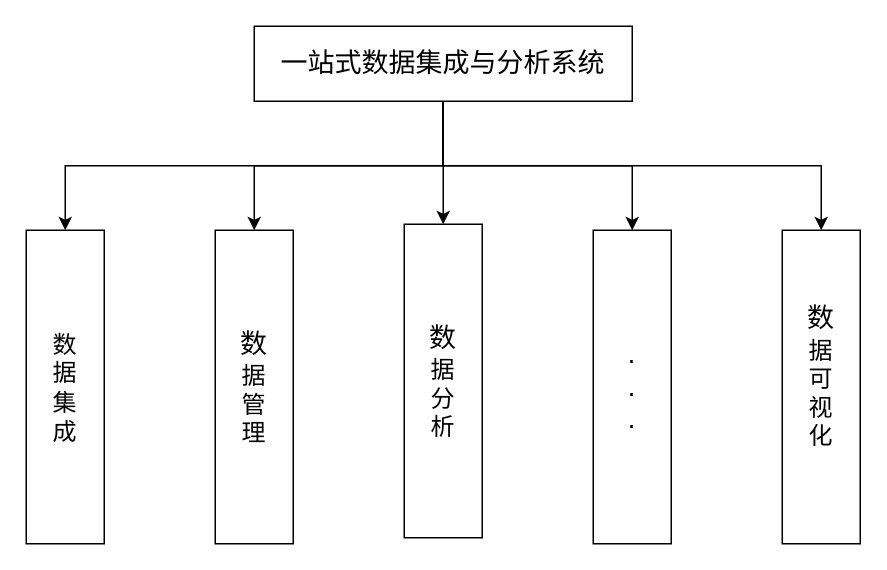
This is 一站式.drawio from nianqingdeguowang/python, a draw.io file, before an edit. Source tidied: cells renumbered, new cells numbered last; positions are measured from the earlier drawing's top-left corner, leaving out a move shared by most shapes. Both pictures are drawn from the tidied source at 150%, with x=0, y=0 at pixel (26, 26).
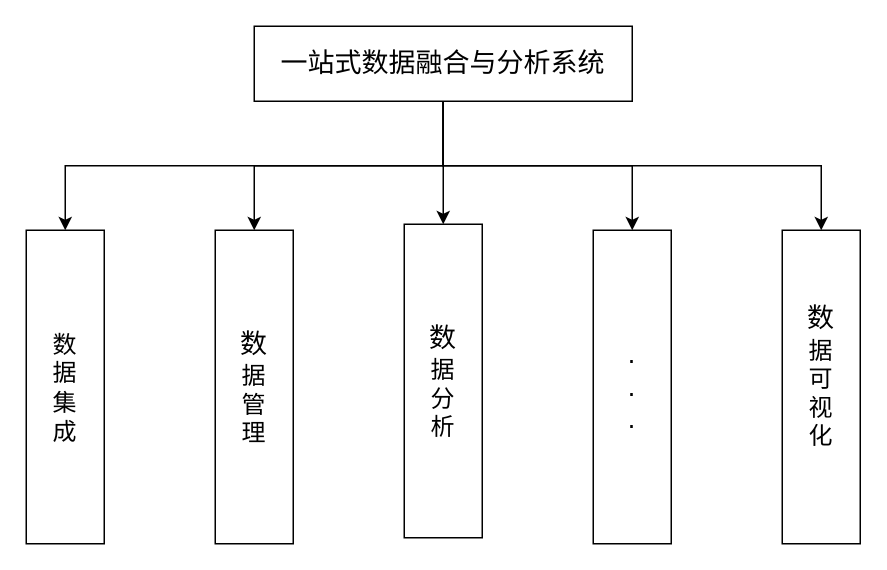
The same diagram, later.

Commit message:
更新一站式.drawio

What changed in the source:
```diff
@@
 <mxGraphModel>
   <root>
     <mxCell id="0" />
     <mxCell id="1" parent="0" />
     <mxCell id="2" style="edgeStyle=orthogonalEdgeStyle;rounded=0;jettySize=auto;html=1;exitX=0.5;exitY=1;exitDx=0;exitDy=0;" parent="1" edge="1" source="7" target="8">
       <mxGeometry relative="1" as="geometry" />
     </mxCell>
     <mxCell id="3" style="edgeStyle=orthogonalEdgeStyle;rounded=0;jettySize=auto;html=1;exitX=0.5;exitY=1;exitDx=0;exitDy=0;entryX=0.5;entryY=0;entryDx=0;entryDy=0;" parent="1" edge="1" source="7" target="10">
       <mxGeometry relative="1" as="geometry" />
     </mxCell>
     <mxCell id="4" style="edgeStyle=orthogonalEdgeStyle;rounded=0;jettySize=auto;html=1;exitX=0.5;exitY=1;exitDx=0;exitDy=0;" parent="1" edge="1" source="7" target="9">
       <mxGeometry relative="1" as="geometry" />
     </mxCell>
     <mxCell id="5" style="edgeStyle=orthogonalEdgeStyle;rounded=0;jettySize=auto;html=1;exitX=0.5;exitY=1;exitDx=0;exitDy=0;entryX=0.5;entryY=0;entryDx=0;entryDy=0;" parent="1" edge="1" source="7" target="11">
       <mxGeometry relative="1" as="geometry" />
     </mxCell>
     <mxCell id="6" style="edgeStyle=orthogonalEdgeStyle;rounded=0;jettySize=auto;html=1;exitX=0.5;exitY=1;exitDx=0;exitDy=0;" parent="1" edge="1" source="7" target="12">
       <mxGeometry relative="1" as="geometry" />
     </mxCell>
-    <mxCell id="7" value="&lt;font style=&quot;font-size: 18px;&quot;&gt;一站式数据集成与分析系统&lt;/font&gt;" style="rounded=0;whiteSpace=wrap;html=1;" parent="1" vertex="1">
+    <mxCell id="7" value="&lt;font style=&quot;font-size: 18px;&quot;&gt;一站式数据融合与分析系统&lt;/font&gt;" style="rounded=0;whiteSpace=wrap;html=1;" parent="1" vertex="1">
       <mxGeometry x="152" width="252" height="50" as="geometry" />
     </mxCell>
     <mxCell id="8" value="&lt;font style=&quot;font-size: 16px;&quot;&gt;数&lt;br&gt;据&lt;br&gt;集&lt;br&gt;成&lt;/font&gt;" style="rounded=0;whiteSpace=wrap;html=1;" parent="1" vertex="1">
       <mxGeometry y="136" width="52" height="209" as="geometry" />
     </mxCell>
     <mxCell id="9" value="&lt;font style=&quot;&quot;&gt;&lt;span style=&quot;font-size: 18px;&quot;&gt;数&lt;/span&gt;&lt;br style=&quot;border-color: var(--border-color); font-size: 16px;&quot;&gt;&lt;span style=&quot;font-size: 16px;&quot;&gt;据&lt;/span&gt;&lt;br style=&quot;border-color: var(--border-color); font-size: 16px;&quot;&gt;&lt;span style=&quot;font-size: 16px;&quot;&gt;管&lt;/span&gt;&lt;br style=&quot;border-color: var(--border-color); font-size: 16px;&quot;&gt;&lt;span style=&quot;font-size: 16px;&quot;&gt;理&lt;/span&gt;&lt;br&gt;&lt;/font&gt;" style="rounded=0;whiteSpace=wrap;html=1;" parent="1" vertex="1">
       <mxGeometry x="126" y="136" width="52" height="209" as="geometry" />
     </mxCell>
     <mxCell id="10" value="&lt;font style=&quot;&quot;&gt;&lt;span style=&quot;font-size: 18px;&quot;&gt;数&lt;/span&gt;&lt;br style=&quot;border-color: var(--border-color); font-size: 16px;&quot;&gt;&lt;span style=&quot;font-size: 16px;&quot;&gt;据&lt;/span&gt;&lt;br style=&quot;border-color: var(--border-color); font-size: 16px;&quot;&gt;&lt;span style=&quot;font-size: 16px;&quot;&gt;分&lt;br&gt;析&lt;/span&gt;&lt;br&gt;&lt;/font&gt;" style="rounded=0;whiteSpace=wrap;html=1;" parent="1" vertex="1">
       <mxGeometry x="252" y="132" width="52" height="209" as="geometry" />
     </mxCell>
     <mxCell id="11" value="&lt;font style=&quot;font-size: 18px;&quot;&gt;.&lt;br&gt;.&lt;br&gt;.&lt;br&gt;&lt;/font&gt;" style="rounded=0;whiteSpace=wrap;html=1;" parent="1" vertex="1">
       <mxGeometry x="378" y="136" width="52" height="209" as="geometry" />
     </mxCell>
     <mxCell id="12" value="&lt;font style=&quot;&quot;&gt;&lt;span style=&quot;font-size: 18px;&quot;&gt;数&lt;/span&gt;&lt;br style=&quot;border-color: var(--border-color); font-size: 16px;&quot;&gt;&lt;span style=&quot;font-size: 16px;&quot;&gt;据&lt;/span&gt;&lt;br style=&quot;border-color: var(--border-color); font-size: 16px;&quot;&gt;&lt;span style=&quot;font-size: 16px;&quot;&gt;可&lt;br&gt;视&lt;br&gt;化&lt;/span&gt;&lt;br style=&quot;border-color: var(--border-color); font-size: 16px;&quot;&gt;&lt;br&gt;&lt;/font&gt;" style="rounded=0;whiteSpace=wrap;html=1;" parent="1" vertex="1">
       <mxGeometry x="504" y="136" width="52" height="209" as="geometry" />
     </mxCell>
   </root>
 </mxGraphModel>
```
